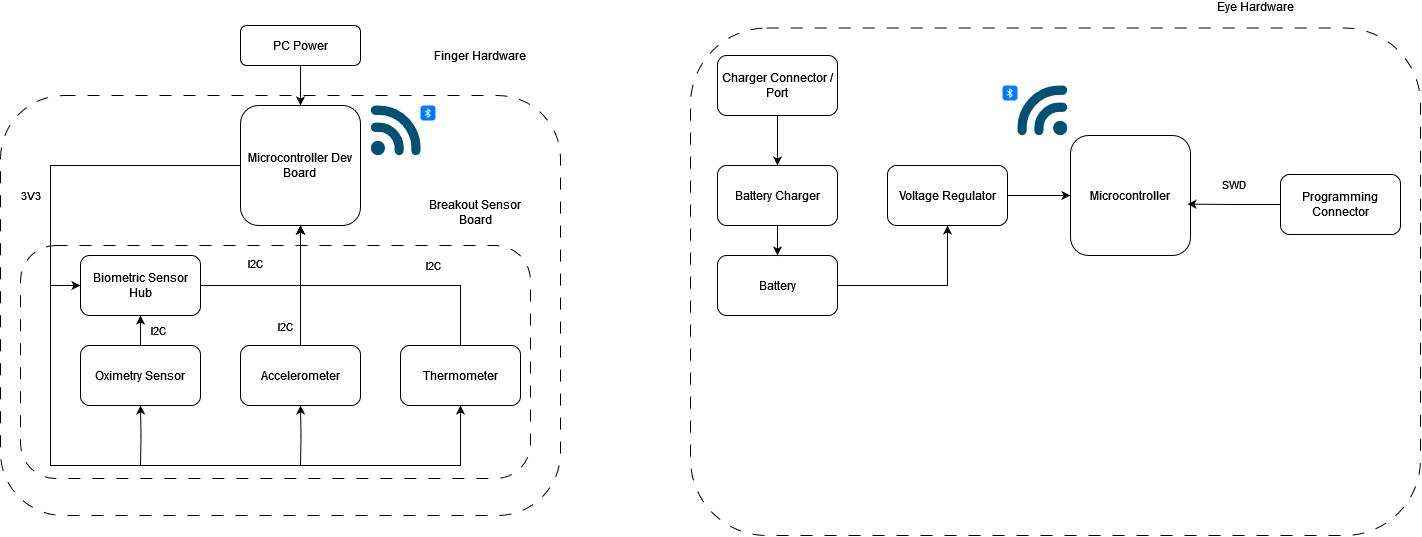
Earlier version of the draw.io export Sleep Tracker PoC.drawio.png (o-roman/SleepTracker). Source tidied: cells renumbered, new cells last; positions are measured from the earlier drawing's top-left corner, leaving out a move shared by most shapes.
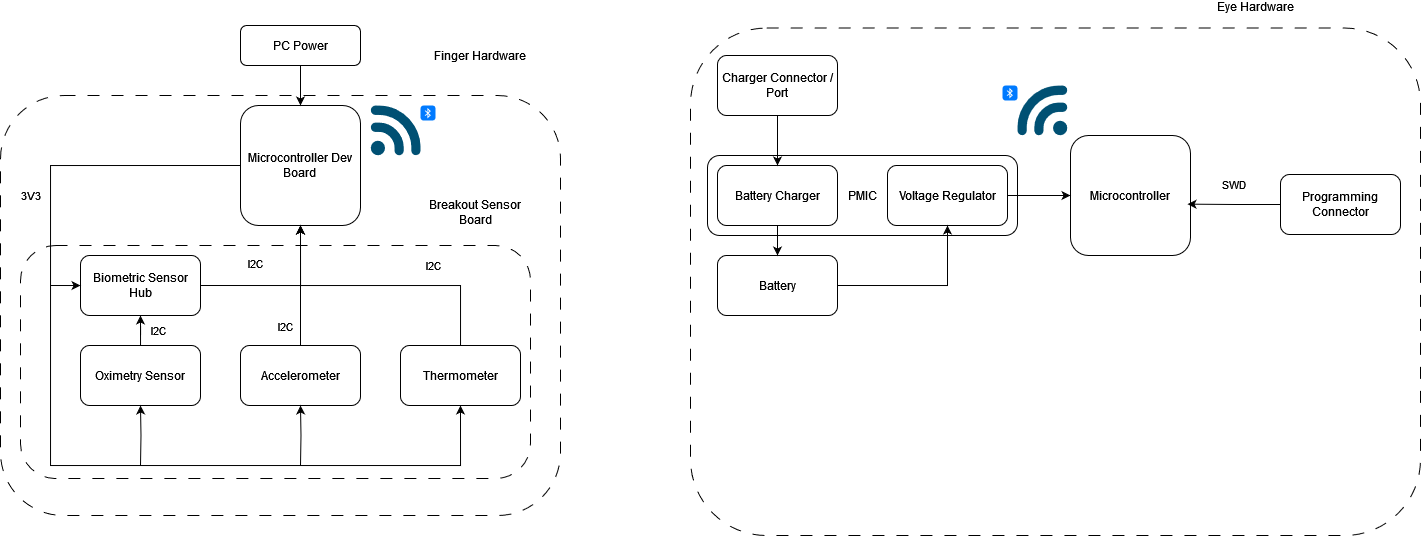
After the commit.

What changed in the source:
```diff
@@ -108,7 +108,7 @@
     <mxCell id="24" value="PC Power" style="rounded=1;whiteSpace=wrap;html=1;fontColor=#000000;" parent="1" vertex="1">
       <mxGeometry x="240" width="120" height="40" as="geometry" />
     </mxCell>
-    <mxCell id="25" value="&lt;div&gt;Eye Hardware&lt;/div&gt;" style="rounded=1;whiteSpace=wrap;html=1;fillColor=default;dashed=1;dashPattern=12 12;spacingTop=-550;spacingRight=0;spacingLeft=400;fontColor=#000000;" parent="1" vertex="1">
+    <mxCell id="25" value="&lt;div&gt;Eye Hardware&lt;/div&gt;" style="rounded=1;whiteSpace=wrap;html=1;fillColor=none;dashed=1;dashPattern=12 12;spacingTop=-550;spacingRight=0;spacingLeft=400;fontColor=#000000;" parent="1" vertex="1">
       <mxGeometry x="690" y="2.5" width="730" height="507.5" as="geometry" />
     </mxCell>
     <mxCell id="26" value="&lt;div&gt;Microcontroller&lt;br&gt;&lt;/div&gt;" style="rounded=1;whiteSpace=wrap;html=1;fontColor=#000000;" parent="1" vertex="1">
```
